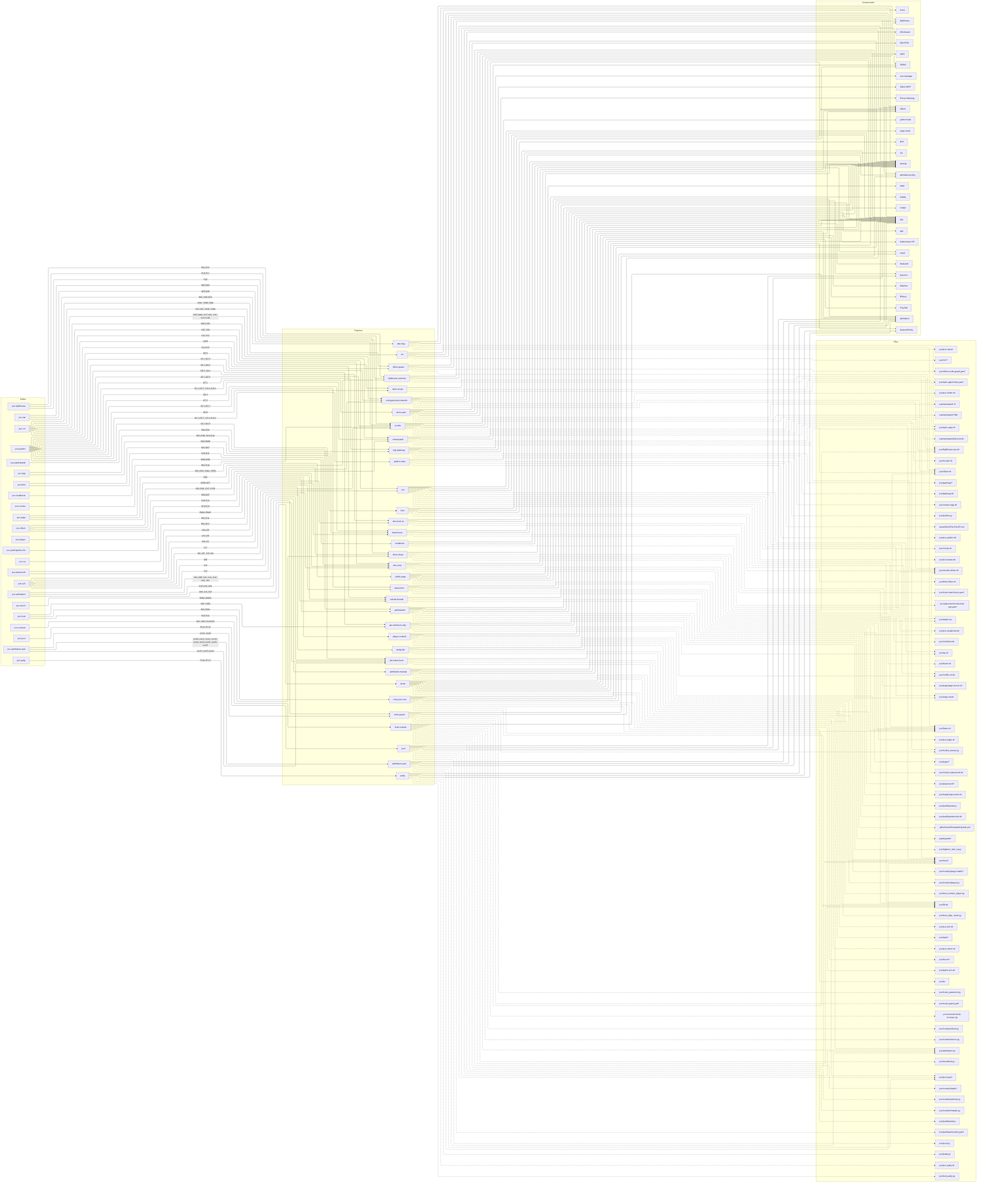
Before: docs/diagrams/features.png, a diagram exported from Mermaid (villadalmine/k8s-lan-party). Its source is kept beside it as docs/diagrams/features.mmd.
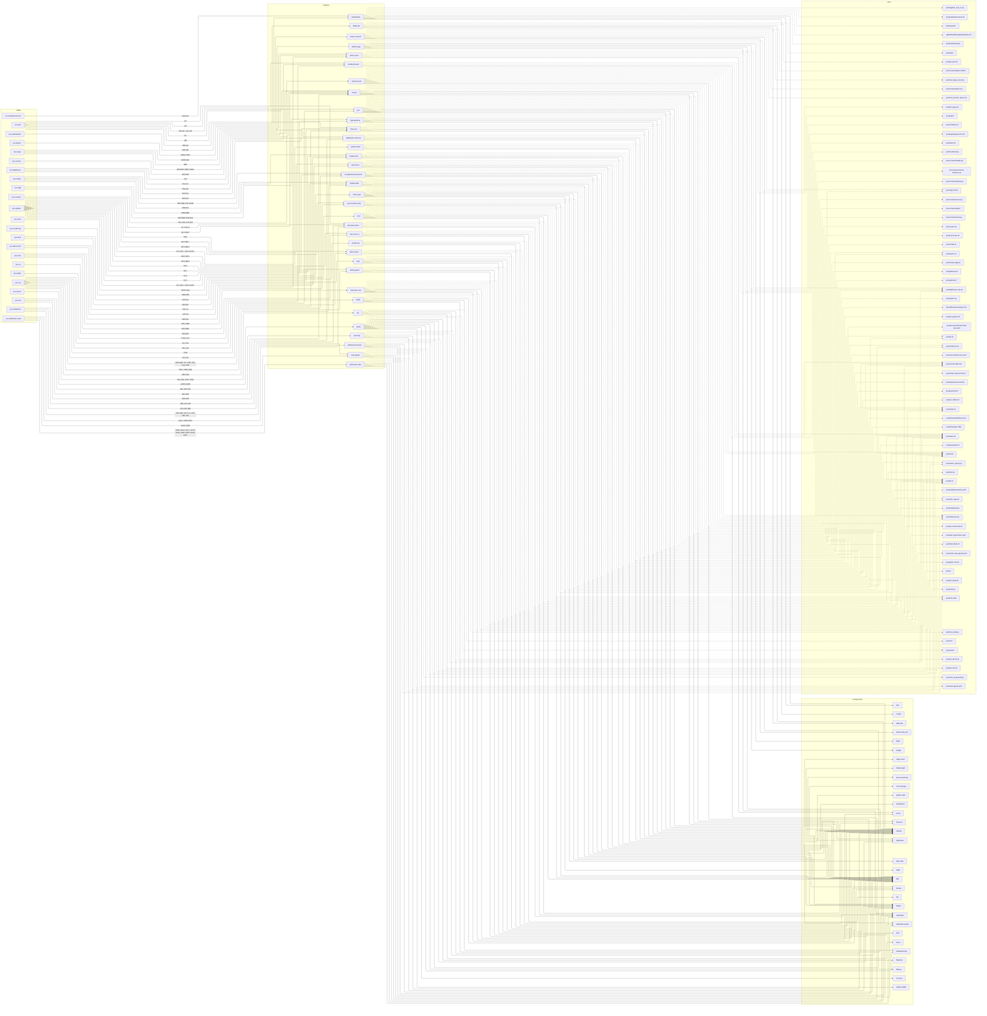
Above is the later version.

What changed in the source:
```diff
@@ -75,6 +75,7 @@
     c_Odamex["Odamex"]
     c_FreeDM["FreeDM"]
     c_ffmpeg["ffmpeg"]
+    c_Python_stdlib["Python stdlib"]
     c_page["page"]
     c_Caddy["Caddy"]
     c_lighthouse["lighthouse"]
@@ -282,13 +283,14 @@
   f_party -.-> p_poc_party_py
   f_party -.-> p_poc_test_party_py
   f_party -.-> p_poc_poc_party_sh
-  s_poc_doom -->|"DM01-DM20"| f_doom
+  s_poc_doom -->|"DM01-DM23"| f_doom
   f_doom --> c_k3s
   f_doom --> c_Cilium
   f_doom --> c_NetworkPolicy
   f_doom --> c_Odamex
   f_doom --> c_FreeDM
   f_doom --> c_ffmpeg
+  f_doom --> c_Python_stdlib
   f_doom -.-> p_poc_doom__
   f_doom -.-> p_poc_poc_doom_sh
   s_poc_page -->|"G01-G26, G09c, G25b"| f_public_page
```
